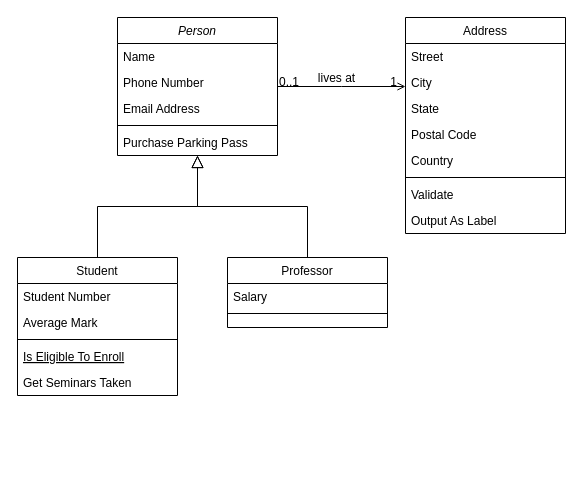
Above: Untitled Diagram.drawio in cyrisa02/SQL (draw.io), before the change. Source tidied: cells renumbered, new cells numbered last; positions are measured from the earlier drawing's top-left corner, leaving out a move shared by most shapes. Both pictures are drawn from the tidied source at 100%, with x=0, y=0 at pixel (17, 17).
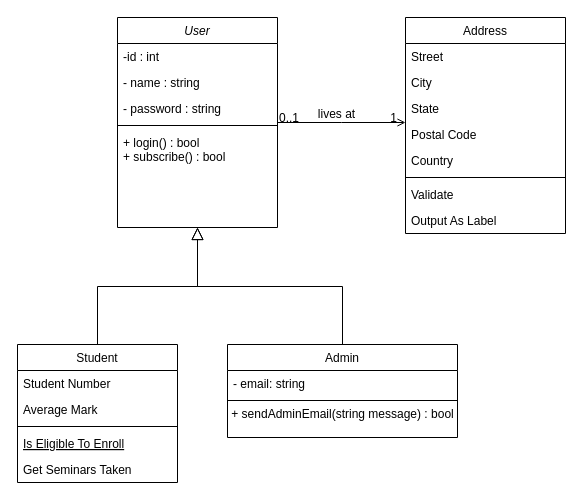
The same diagram, later.

Commit message:
mise en place

Change to the diagram source:
```diff
@@
-    <mxCell id="2" value="Person" style="swimlane;fontStyle=2;align=center;verticalAlign=top;horizontal=1;startSize=26;rounded=0;shadow=0;strokeWidth=1;" parent="1" vertex="1">
-      <mxGeometry x="100" width="160" height="138" as="geometry" />
+    <mxCell id="2" value="User" style="swimlane;fontStyle=2;align=center;verticalAlign=top;horizontal=1;startSize=26;rounded=0;shadow=0;strokeWidth=1;" parent="1" vertex="1">
+      <mxGeometry x="100" width="160" height="210" as="geometry" />
     </mxCell>
-    <mxCell id="3" value="Name" style="text;align=left;verticalAlign=top;spacingLeft=4;spacingRight=4;overflow=hidden;" parent="2" vertex="1">
+    <mxCell id="3" value="-id : int" style="text;align=left;verticalAlign=top;spacingLeft=4;spacingRight=4;overflow=hidden;" parent="2" vertex="1">
       <mxGeometry y="26" width="160" height="26" as="geometry" />
     </mxCell>
-    <mxCell id="4" value="Phone Number" style="text;align=left;verticalAlign=top;spacingLeft=4;spacingRight=4;overflow=hidden;rounded=0;shadow=0;html=0;" parent="2" vertex="1">
+    <mxCell id="4" value="- name : string" style="text;align=left;verticalAlign=top;spacingLeft=4;spacingRight=4;overflow=hidden;rounded=0;shadow=0;html=0;" parent="2" vertex="1">
       <mxGeometry y="52" width="160" height="26" as="geometry" />
     </mxCell>
-    <mxCell id="5" value="Email Address" style="text;align=left;verticalAlign=top;spacingLeft=4;spacingRight=4;overflow=hidden;rounded=0;shadow=0;html=0;" parent="2" vertex="1">
+    <mxCell id="5" value="- password : string" style="text;align=left;verticalAlign=top;spacingLeft=4;spacingRight=4;overflow=hidden;rounded=0;shadow=0;html=0;" parent="2" vertex="1">
       <mxGeometry y="78" width="160" height="26" as="geometry" />
     </mxCell>
@@
-    <mxCell id="7" value="Purchase Parking Pass" style="text;align=left;verticalAlign=top;spacingLeft=4;spacingRight=4;overflow=hidden;" parent="2" vertex="1">
-      <mxGeometry y="112" width="160" height="26" as="geometry" />
+    <mxCell id="7" value="+ login() : bool&#10;+ subscribe() : bool" style="text;align=left;verticalAlign=top;spacingLeft=4;spacingRight=4;overflow=hidden;" parent="2" vertex="1">
+      <mxGeometry y="112" width="160" height="68" as="geometry" />
     </mxCell>
     <mxCell id="8" value="Student" style="swimlane;fontStyle=0;align=center;verticalAlign=top;horizontal=1;startSize=26;rounded=0;shadow=0;strokeWidth=1;" parent="1" vertex="1">
-      <mxGeometry y="240" width="160" height="138" as="geometry" />
+      <mxGeometry y="327" width="160" height="138" as="geometry" />
     </mxCell>
@@
-    <mxCell id="15" value="Professor" style="swimlane;fontStyle=0;align=center;verticalAlign=top;horizontal=1;startSize=26;rounded=0;shadow=0;strokeWidth=1;" parent="1" vertex="1">
-      <mxGeometry x="210" y="240" width="160" height="70" as="geometry" />
+    <mxCell id="15" value="Admin" style="swimlane;fontStyle=0;align=center;verticalAlign=top;horizontal=1;startSize=26;rounded=0;shadow=0;strokeWidth=1;" parent="1" vertex="1">
+      <mxGeometry x="210" y="327" width="230" height="93" as="geometry" />
     </mxCell>
-    <mxCell id="16" value="Salary" style="text;align=left;verticalAlign=top;spacingLeft=4;spacingRight=4;overflow=hidden;" parent="15" vertex="1">
-      <mxGeometry y="26" width="160" height="26" as="geometry" />
+    <mxCell id="16" value="- email: string" style="text;align=left;verticalAlign=top;spacingLeft=4;spacingRight=4;overflow=hidden;" parent="15" vertex="1">
+      <mxGeometry y="26" width="230" height="26" as="geometry" />
     </mxCell>
     <mxCell id="17" style="line;html=1;strokeWidth=1;align=left;verticalAlign=middle;spacingTop=-1;spacingLeft=3;spacingRight=3;labelPosition=right;" parent="15" vertex="1">
-      <mxGeometry y="52" width="160" height="8" as="geometry" />
+      <mxGeometry y="52" width="230" height="8" as="geometry" />
     </mxCell>
+    <mxCell id="32" value="+ sendAdminEmail(string message) : bool" style="text;html=1;align=center;verticalAlign=middle;fillColor=none;strokeColor=none;rounded=0;" parent="15" vertex="1">
+      <mxGeometry y="60" width="230" height="20" as="geometry" />
+    </mxCell>
```
